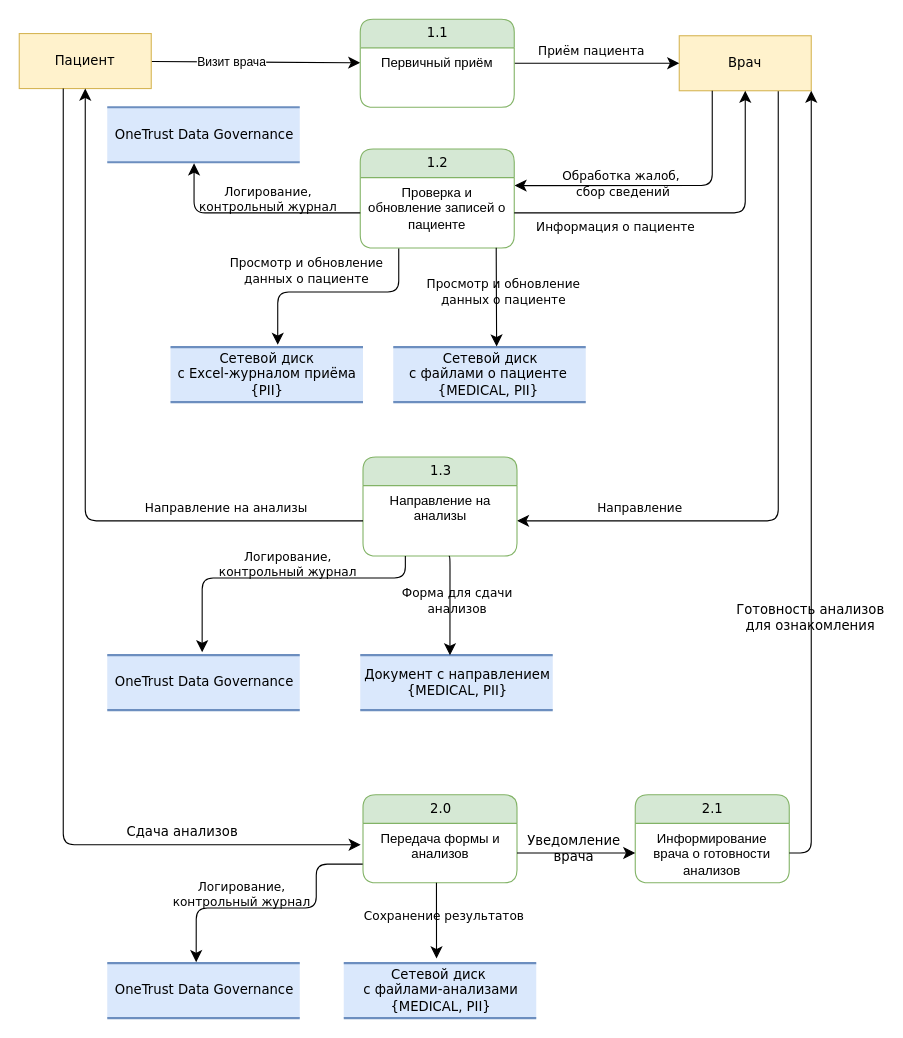
The draw.io diagram page "Работа с медицинскими данными" (3 of 5) of Exc1/DFD-DataLinage.drawio in denrzv/yp-architecture-sprint-10, before the edit. Source tidied: cells renumbered, new cells numbered last; positions are measured from the earlier drawing's top-left corner, leaving out a move shared by most shapes. Both pictures are drawn from the tidied source at 110%, with x=0, y=0 at pixel (19, 19).
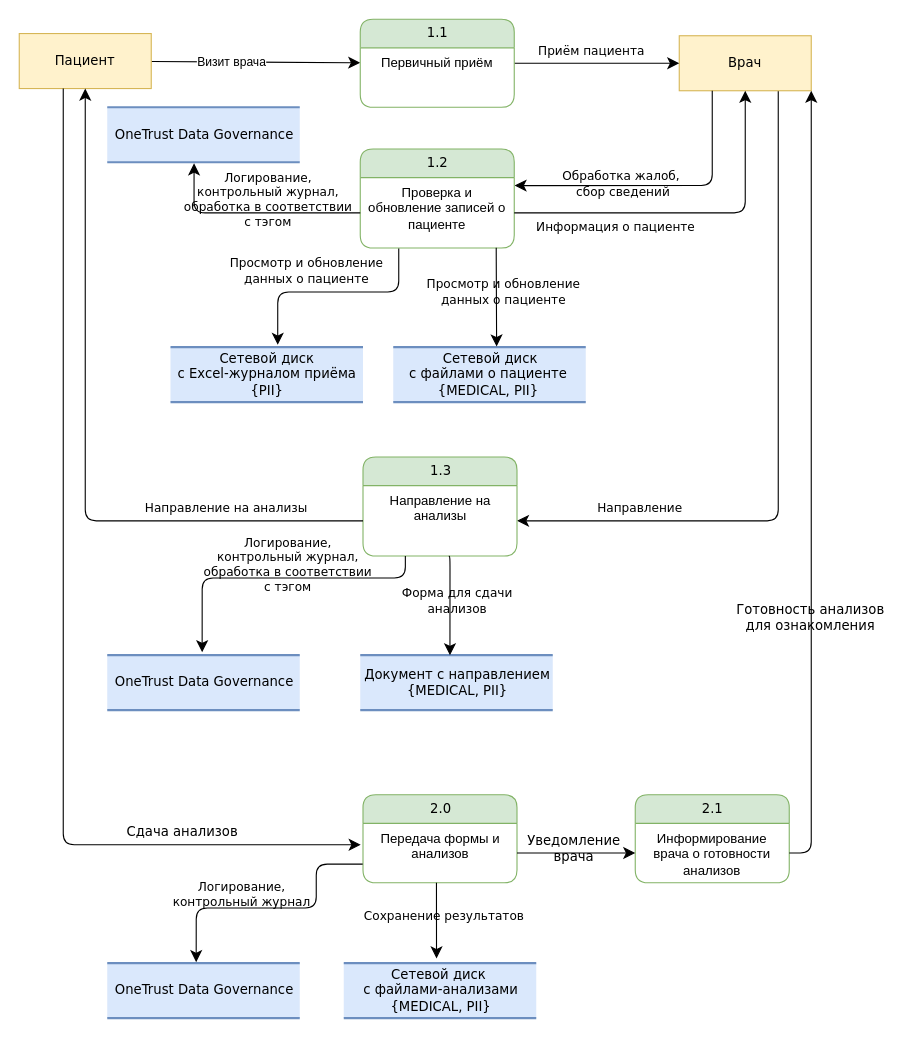
The same page after the edit.

Unchanged cells that the change refers to:
```xml
<mxCell id="45" style="edgeStyle=orthogonalEdgeStyle;html=1;labelBackgroundColor=none;startFill=0;startSize=8;endFill=1;endSize=8;fontFamily=Verdana;fontSize=12;exitX=0;exitY=0.5;exitDx=0;exitDy=0;entryX=0.451;entryY=1.02;entryDx=0;entryDy=0;entryPerimeter=0;" parent="1" edge="1" source="15" target="44">
  <mxGeometry relative="1" as="geometry">
    <Array as="points">
      <mxPoint x="159" y="176" />
    </Array>
  </mxGeometry>
</mxCell>
<mxCell id="49" style="edgeStyle=orthogonalEdgeStyle;html=1;labelBackgroundColor=none;startFill=0;startSize=8;endFill=1;endSize=8;fontFamily=Verdana;fontSize=12;entryX=0.493;entryY=-0.051;entryDx=0;entryDy=0;entryPerimeter=0;" parent="1" edge="1" target="47">
  <mxGeometry relative="1" as="geometry">
    <mxPoint x="351" y="488" as="sourcePoint" />
    <Array as="points">
      <mxPoint x="351" y="508" />
      <mxPoint x="166" y="508" />
    </Array>
  </mxGeometry>
</mxCell>
```

What changed in the source:
```diff
@@
-    <mxCell id="46" value="Логирование,&lt;div&gt;контрольный журнал&lt;/div&gt;" style="edgeLabel;html=1;align=center;verticalAlign=middle;fontFamily=Verdana;fontSize=11;fontColor=default;labelBackgroundColor=none;" parent="45" vertex="1">
+    <mxCell id="46" value="Логирование,&lt;div&gt;контрольный журнал&lt;span style=&quot;background-color: transparent; color: light-dark(rgb(0, 0, 0), rgb(255, 255, 255));&quot;&gt;,&lt;/span&gt;&lt;/div&gt;&lt;div&gt;обработка в соответствии&lt;/div&gt;&lt;div&gt;с тэгом&lt;/div&gt;" style="edgeLabel;html=1;align=center;verticalAlign=middle;fontFamily=Verdana;fontSize=11;fontColor=default;labelBackgroundColor=none;" parent="45" vertex="1">
       <mxGeometry x="0.01" y="-3" relative="1" as="geometry">
         <mxPoint x="14" y="-10" as="offset" />
       </mxGeometry>
     </mxCell>
@@
-    <mxCell id="50" value="Логирование,&lt;div&gt;контрольный журнал&lt;br&gt;&lt;/div&gt;" style="edgeLabel;html=1;align=center;verticalAlign=middle;fontFamily=Verdana;fontSize=11;fontColor=default;labelBackgroundColor=none;" parent="49" vertex="1">
+    <mxCell id="50" value="Логирование,&lt;div&gt;контрольный журнал&lt;span style=&quot;background-color: transparent; color: light-dark(rgb(0, 0, 0), rgb(255, 255, 255));&quot;&gt;,&lt;/span&gt;&lt;/div&gt;&lt;div&gt;обработка в соответствии&lt;/div&gt;&lt;div&gt;с тэгом&lt;/div&gt;" style="edgeLabel;html=1;align=center;verticalAlign=middle;fontFamily=Verdana;fontSize=11;fontColor=default;labelBackgroundColor=none;" parent="49" vertex="1">
       <mxGeometry x="0.01" y="-3" relative="1" as="geometry">
         <mxPoint x="9" y="-10" as="offset" />
       </mxGeometry>
     </mxCell>
```
